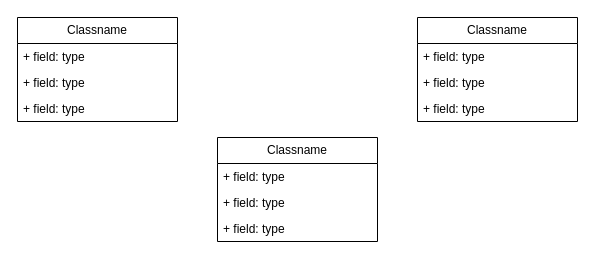
BastianLo/Fermento keeps this draw.io diagram as domain_class_structure.drawio. Above is the earlier version. Source tidied: cells renumbered, new cells numbered last; positions are measured from the earlier drawing's top-left corner, leaving out a move shared by most shapes. Both pictures are drawn from the tidied source at 100%, with x=0, y=0 at pixel (17, 17).
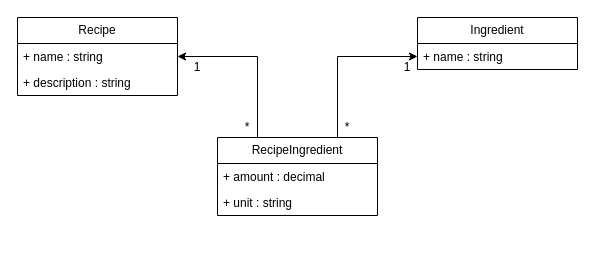
After the change.

Change to the diagram source:
```diff
@@
 <mxGraphModel>
   <root>
     <mxCell id="0" />
     <mxCell id="1" parent="0" />
+    <mxCell id="14" style="edgeStyle=orthogonalEdgeStyle;rounded=0;jettySize=auto;html=1;exitX=0.25;exitY=0;exitDx=0;exitDy=0;entryX=1;entryY=0.5;entryDx=0;entryDy=0;" parent="1" edge="1" source="2" target="11">
+      <mxGeometry relative="1" as="geometry" />
+    </mxCell>
+    <mxCell id="15" style="edgeStyle=orthogonalEdgeStyle;rounded=0;jettySize=auto;html=1;exitX=0.75;exitY=0;exitDx=0;exitDy=0;entryX=0;entryY=0.5;entryDx=0;entryDy=0;" parent="1" edge="1" source="2" target="7">
+      <mxGeometry relative="1" as="geometry" />
+    </mxCell>
-    <mxCell id="2" value="Classname" style="swimlane;fontStyle=0;horizontal=1;startSize=26;fillColor=none;whiteSpace=wrap;html=1;" parent="1" vertex="1">
-      <mxGeometry x="200" y="120" width="160" height="104" as="geometry" />
+    <mxCell id="2" value="&lt;div&gt;RecipeIngredient&lt;/div&gt;" style="swimlane;fontStyle=0;horizontal=1;startSize=26;fillColor=none;whiteSpace=wrap;html=1;" parent="1" vertex="1">
+      <mxGeometry x="200" y="120" width="160" height="78" as="geometry" />
     </mxCell>
-    <mxCell id="3" value="+ field: type" style="text;strokeColor=none;fillColor=none;align=left;verticalAlign=top;spacingLeft=4;spacingRight=4;overflow=hidden;whiteSpace=wrap;html=1;" parent="2" vertex="1">
+    <mxCell id="3" value="+ amount : decimal" style="text;strokeColor=none;fillColor=none;align=left;verticalAlign=top;spacingLeft=4;spacingRight=4;overflow=hidden;whiteSpace=wrap;html=1;" parent="2" vertex="1">
       <mxGeometry y="26" width="160" height="26" as="geometry" />
     </mxCell>
-    <mxCell id="4" value="+ field: type" style="text;strokeColor=none;fillColor=none;align=left;verticalAlign=top;spacingLeft=4;spacingRight=4;overflow=hidden;whiteSpace=wrap;html=1;" parent="2" vertex="1">
+    <mxCell id="4" value="+ unit : string" style="text;strokeColor=none;fillColor=none;align=left;verticalAlign=top;spacingLeft=4;spacingRight=4;overflow=hidden;whiteSpace=wrap;html=1;" parent="2" vertex="1">
       <mxGeometry y="52" width="160" height="26" as="geometry" />
     </mxCell>
-    <mxCell id="5" value="+ field: type" style="text;strokeColor=none;fillColor=none;align=left;verticalAlign=top;spacingLeft=4;spacingRight=4;overflow=hidden;whiteSpace=wrap;html=1;" parent="2" vertex="1">
-      <mxGeometry y="78" width="160" height="26" as="geometry" />
-    </mxCell>
-    <mxCell id="6" value="Classname" style="swimlane;fontStyle=0;horizontal=1;startSize=26;fillColor=none;whiteSpace=wrap;html=1;" parent="1" vertex="1">
-      <mxGeometry x="400" width="160" height="104" as="geometry" />
+    <mxCell id="6" value="Ingredient" style="swimlane;fontStyle=0;horizontal=1;startSize=26;fillColor=none;whiteSpace=wrap;html=1;" parent="1" vertex="1">
+      <mxGeometry x="400" width="160" height="52" as="geometry" />
     </mxCell>
-    <mxCell id="7" value="+ field: type" style="text;strokeColor=none;fillColor=none;align=left;verticalAlign=top;spacingLeft=4;spacingRight=4;overflow=hidden;points=[[0,0.5],[1,0.5]];portConstraint=eastwest;whiteSpace=wrap;html=1;" parent="6" vertex="1">
+    <mxCell id="7" value="+ name : string" style="text;strokeColor=none;fillColor=none;align=left;verticalAlign=top;spacingLeft=4;spacingRight=4;overflow=hidden;points=[[0,0.5],[1,0.5]];portConstraint=eastwest;whiteSpace=wrap;html=1;" parent="6" vertex="1">
       <mxGeometry y="26" width="160" height="26" as="geometry" />
     </mxCell>
-    <mxCell id="8" value="+ field: type" style="text;strokeColor=none;fillColor=none;align=left;verticalAlign=top;spacingLeft=4;spacingRight=4;overflow=hidden;whiteSpace=wrap;html=1;" parent="6" vertex="1">
-      <mxGeometry y="52" width="160" height="26" as="geometry" />
-    </mxCell>
-    <mxCell id="9" value="+ field: type" style="text;strokeColor=none;fillColor=none;align=left;verticalAlign=top;spacingLeft=4;spacingRight=4;overflow=hidden;whiteSpace=wrap;html=1;" parent="6" vertex="1">
-      <mxGeometry y="78" width="160" height="26" as="geometry" />
-    </mxCell>
-    <mxCell id="10" value="Classname" style="swimlane;fontStyle=0;horizontal=1;startSize=26;fillColor=none;whiteSpace=wrap;html=1;" parent="1" vertex="1">
-      <mxGeometry width="160" height="104" as="geometry" />
+    <mxCell id="10" value="Recipe" style="swimlane;fontStyle=0;horizontal=1;startSize=26;fillColor=none;whiteSpace=wrap;html=1;" parent="1" vertex="1">
+      <mxGeometry width="160" height="78" as="geometry" />
     </mxCell>
-    <mxCell id="11" value="+ field: type" style="text;strokeColor=none;fillColor=none;align=left;verticalAlign=top;spacingLeft=4;spacingRight=4;overflow=hidden;points=[[0,0.5],[1,0.5]];portConstraint=eastwest;whiteSpace=wrap;html=1;" parent="10" vertex="1">
+    <mxCell id="11" value="&lt;div&gt;+ name : string&lt;br&gt;&lt;/div&gt;" style="text;strokeColor=none;fillColor=none;align=left;verticalAlign=top;spacingLeft=4;spacingRight=4;overflow=hidden;points=[[0,0.5],[1,0.5]];portConstraint=eastwest;whiteSpace=wrap;html=1;" parent="10" vertex="1">
       <mxGeometry y="26" width="160" height="26" as="geometry" />
     </mxCell>
-    <mxCell id="12" value="+ field: type" style="text;strokeColor=none;fillColor=none;align=left;verticalAlign=top;spacingLeft=4;spacingRight=4;overflow=hidden;whiteSpace=wrap;html=1;" parent="10" vertex="1">
+    <mxCell id="12" value="+ description : string" style="text;strokeColor=none;fillColor=none;align=left;verticalAlign=top;spacingLeft=4;spacingRight=4;overflow=hidden;whiteSpace=wrap;html=1;" parent="10" vertex="1">
       <mxGeometry y="52" width="160" height="26" as="geometry" />
     </mxCell>
-    <mxCell id="13" value="+ field: type" style="text;strokeColor=none;fillColor=none;align=left;verticalAlign=top;spacingLeft=4;spacingRight=4;overflow=hidden;whiteSpace=wrap;html=1;" parent="10" vertex="1">
-      <mxGeometry y="78" width="160" height="26" as="geometry" />
-    </mxCell>
+    <mxCell id="16" value="1" style="text;html=1;strokeColor=none;fillColor=none;align=center;verticalAlign=middle;whiteSpace=wrap;rounded=0;" parent="1" vertex="1">
+      <mxGeometry x="170" y="40" width="20" height="20" as="geometry" />
+    </mxCell>
+    <mxCell id="17" value="*" style="text;html=1;strokeColor=none;fillColor=none;align=center;verticalAlign=middle;whiteSpace=wrap;rounded=0;" parent="1" vertex="1">
+      <mxGeometry x="220" y="100" width="20" height="20" as="geometry" />
+    </mxCell>
+    <mxCell id="18" value="1" style="text;html=1;strokeColor=none;fillColor=none;align=center;verticalAlign=middle;whiteSpace=wrap;rounded=0;" parent="1" vertex="1">
+      <mxGeometry x="380" y="40" width="20" height="20" as="geometry" />
+    </mxCell>
+    <mxCell id="19" value="*" style="text;html=1;strokeColor=none;fillColor=none;align=center;verticalAlign=middle;whiteSpace=wrap;rounded=0;" parent="1" vertex="1">
+      <mxGeometry x="320" y="100" width="20" height="20" as="geometry" />
+    </mxCell>
   </root>
 </mxGraphModel>
```
